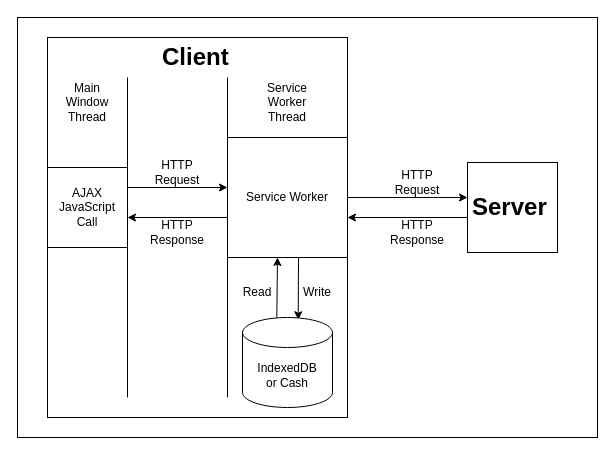
This is Untitled Diagram.drawio from jahan19011noor/trial, a draw.io file, before an edit. Source tidied: cells renumbered, new cells numbered last; positions are measured from the earlier drawing's top-left corner, leaving out a move shared by most shapes. Both pictures are drawn from the tidied source at 100%, with x=0, y=0 at pixel (17, 17).
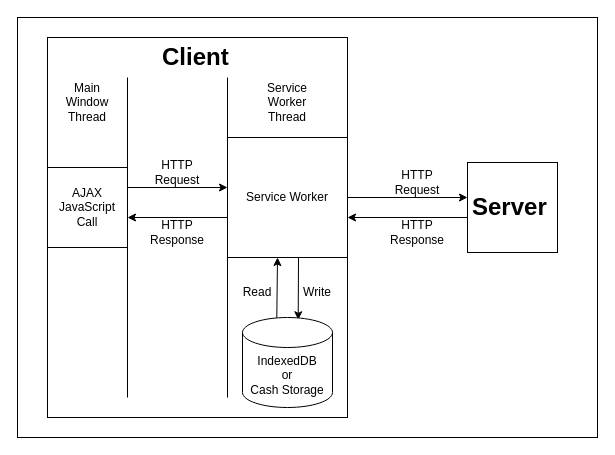
After the change.

Change to the diagram source:
```diff
@@
-    <mxCell id="31" value="IndexedDB&lt;br&gt;or Cash" style="shape=cylinder3;whiteSpace=wrap;html=1;boundedLbl=1;backgroundOutline=1;size=15;" parent="1" vertex="1">
+    <mxCell id="31" value="IndexedDB&lt;br&gt;or&lt;br&gt;Cash Storage" style="shape=cylinder3;whiteSpace=wrap;html=1;boundedLbl=1;backgroundOutline=1;size=15;" parent="1" vertex="1">
       <mxGeometry x="225" y="300" width="90" height="90" as="geometry" />
     </mxCell>
```
